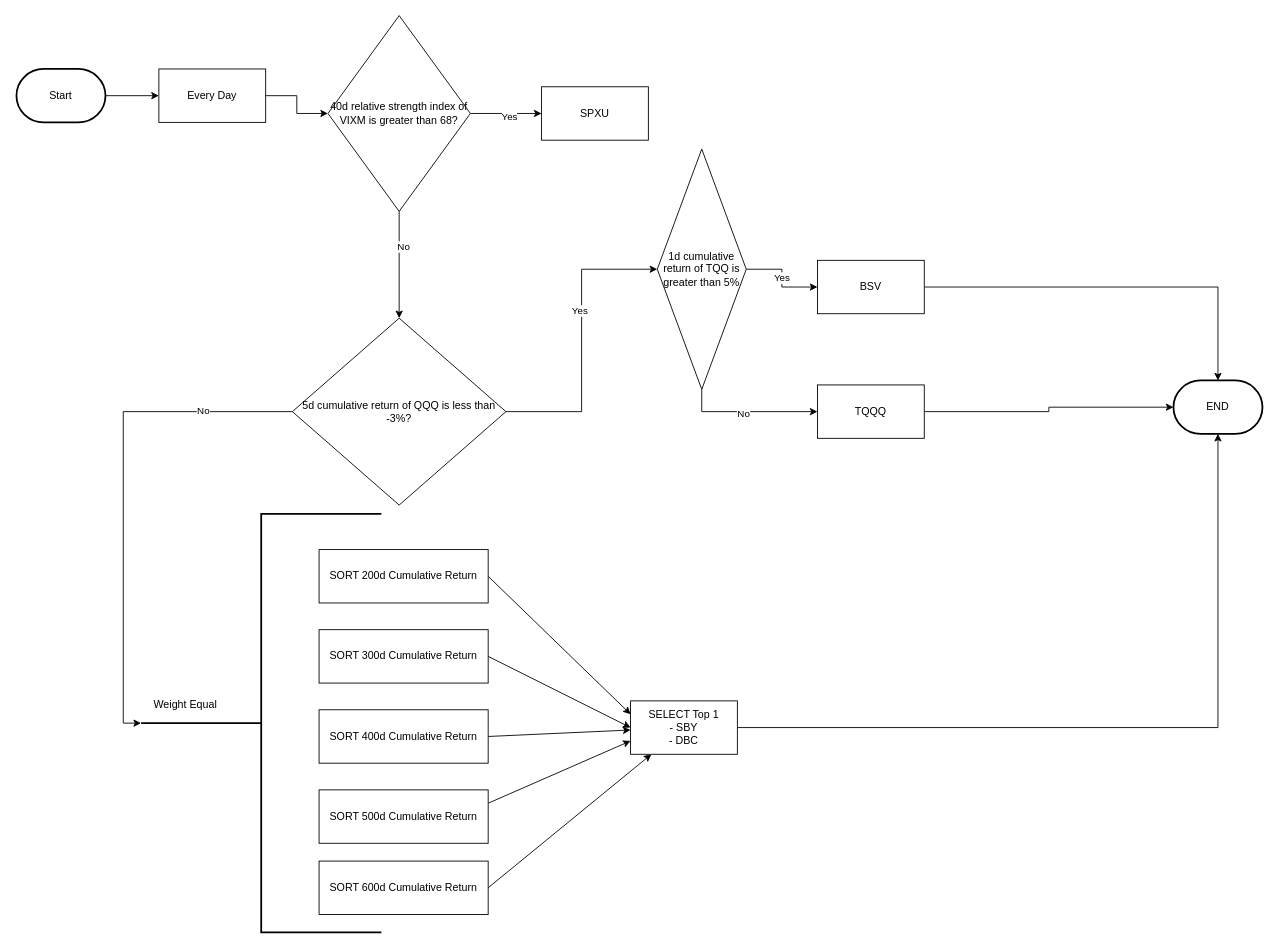
Above: investment_strat1.drawio in zbolin/drawio (draw.io), before the change. Source tidied: cells renumbered, new cells numbered last; positions are measured from the earlier drawing's top-left corner, leaving out a move shared by most shapes. Both pictures are drawn from the tidied source at 89%, with x=0, y=0 at pixel (16, 15).
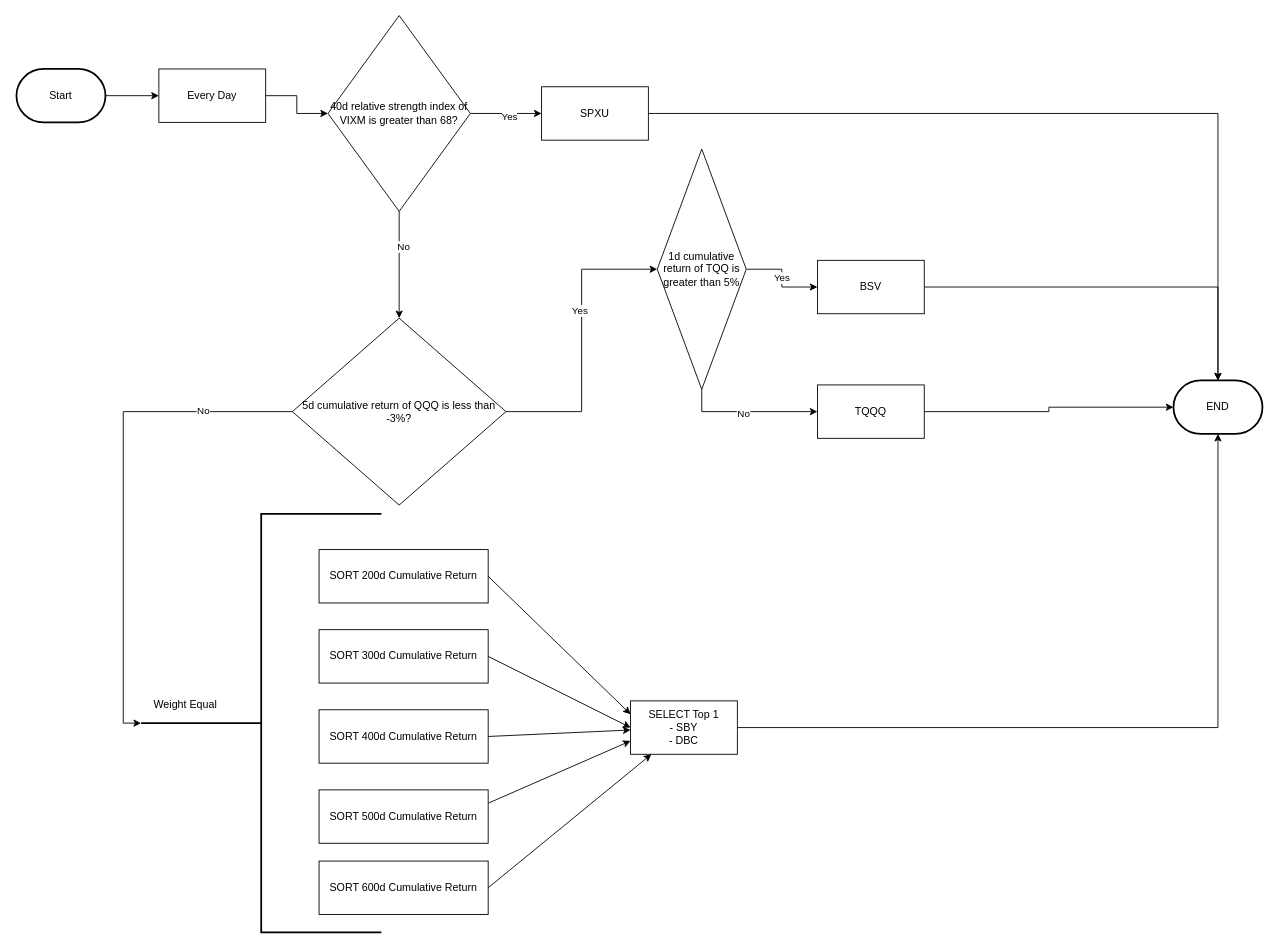
Above is the later version.

Unchanged cells that the change refers to:
```xml
<mxCell id="7" value="SPXU" style="rounded=0;whiteSpace=wrap;html=1;" parent="1" vertex="1">
  <mxGeometry x="590" y="80" width="120" height="60" as="geometry" />
</mxCell>
<mxCell id="40" value="END" style="strokeWidth=2;html=1;shape=mxgraph.flowchart.terminator;whiteSpace=wrap;" parent="1" vertex="1">
  <mxGeometry x="1300" y="410" width="100" height="60" as="geometry" />
</mxCell>
```

What changed in the source:
```diff
@@
+    <mxCell id="41" style="edgeStyle=orthogonalEdgeStyle;rounded=0;jettySize=auto;html=1;" parent="1" edge="1" source="7" target="40">
+      <mxGeometry relative="1" as="geometry" />
+    </mxCell>
```
